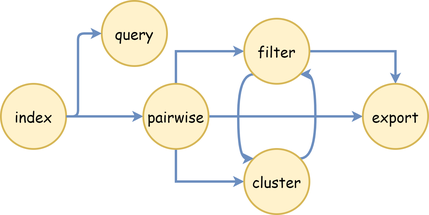
Before: docs/docs/usage/dbretina_chain.png, a diagram exported from draw.io (DBRetina/DBRetina). Source tidied: cells renumbered, new cells last; positions are measured from the earlier drawing's top-left corner, leaving out a move shared by most shapes. The source it was exported from:
```xml
<mxGraphModel>
  <root>
    <mxCell id="0" />
    <mxCell id="1" parent="0" />
    <mxCell id="2" style="edgeStyle=orthogonalEdgeStyle;rounded=1;jettySize=auto;html=1;fontSize=38;fontStyle=1;labelBackgroundColor=none;fontColor=default;strokeWidth=4;fillColor=#dae8fc;strokeColor=#6c8ebf;fontFamily=Comic Sans MS;" parent="1" edge="1" source="3" target="7">
      <mxGeometry relative="1" as="geometry" />
    </mxCell>
    <mxCell id="3" value="&lt;font&gt;index&lt;/font&gt;" style="ellipse;whiteSpace=wrap;html=1;strokeWidth=3;fontSize=25;rounded=1;labelBackgroundColor=none;fillColor=#fff2cc;strokeColor=#d6b656;fontFamily=Comic Sans MS;" parent="1" vertex="1">
      <mxGeometry y="140" width="110" height="110" as="geometry" />
    </mxCell>
    <mxCell id="4" style="edgeStyle=orthogonalEdgeStyle;rounded=0;hachureGap=4;jettySize=auto;html=1;exitX=0.5;exitY=0;exitDx=0;exitDy=0;entryX=0;entryY=0.5;entryDx=0;entryDy=0;fontFamily=Comic Sans MS;fontSize=16;strokeWidth=4;fillColor=#dae8fc;strokeColor=#6c8ebf;" parent="1" edge="1" source="7" target="12">
      <mxGeometry relative="1" as="geometry" />
    </mxCell>
    <mxCell id="5" style="edgeStyle=orthogonalEdgeStyle;rounded=0;hachureGap=4;jettySize=auto;html=1;exitX=0.5;exitY=1;exitDx=0;exitDy=0;entryX=0;entryY=0.5;entryDx=0;entryDy=0;fontFamily=Comic Sans MS;fontSize=16;strokeWidth=4;fillColor=#dae8fc;strokeColor=#6c8ebf;" parent="1" edge="1" source="7" target="9">
      <mxGeometry relative="1" as="geometry" />
    </mxCell>
    <mxCell id="6" style="edgeStyle=orthogonalEdgeStyle;curved=1;rounded=0;hachureGap=4;jettySize=auto;html=1;exitX=1;exitY=0.5;exitDx=0;exitDy=0;entryX=0;entryY=0.5;entryDx=0;entryDy=0;strokeColor=#6c8ebf;fontFamily=Comic Sans MS;fontSize=16;strokeWidth=4;fillColor=#dae8fc;" parent="1" edge="1" source="7" target="13">
      <mxGeometry relative="1" as="geometry" />
    </mxCell>
    <mxCell id="7" value="pairwise" style="ellipse;whiteSpace=wrap;html=1;strokeWidth=3;fontSize=25;rounded=1;labelBackgroundColor=none;fillColor=#fff2cc;strokeColor=#d6b656;fontFamily=Comic Sans MS;" parent="1" vertex="1">
      <mxGeometry x="240" y="140" width="110" height="110" as="geometry" />
    </mxCell>
    <mxCell id="8" style="edgeStyle=orthogonalEdgeStyle;rounded=0;hachureGap=4;jettySize=auto;html=1;exitX=1;exitY=0;exitDx=0;exitDy=0;entryX=1;entryY=1;entryDx=0;entryDy=0;fontFamily=Comic Sans MS;fontSize=16;curved=1;strokeWidth=4;fillColor=#dae8fc;strokeColor=#6c8ebf;" parent="1" edge="1" source="9" target="12">
      <mxGeometry relative="1" as="geometry">
        <Array as="points">
          <mxPoint x="530" y="266" />
          <mxPoint x="530" y="124" />
        </Array>
      </mxGeometry>
    </mxCell>
    <mxCell id="9" value="cluster" style="ellipse;whiteSpace=wrap;html=1;strokeWidth=3;fontSize=25;rounded=1;labelBackgroundColor=none;fillColor=#fff2cc;strokeColor=#d6b656;fontFamily=Comic Sans MS;" parent="1" vertex="1">
      <mxGeometry x="410" y="250" width="110" height="110" as="geometry" />
    </mxCell>
    <mxCell id="10" style="edgeStyle=orthogonalEdgeStyle;rounded=0;hachureGap=4;jettySize=auto;html=1;exitX=0;exitY=1;exitDx=0;exitDy=0;entryX=0;entryY=0;entryDx=0;entryDy=0;fontFamily=Comic Sans MS;fontSize=16;strokeColor=#6c8ebf;curved=1;strokeWidth=4;fillColor=#dae8fc;" parent="1" edge="1" source="12" target="9">
      <mxGeometry relative="1" as="geometry">
        <Array as="points">
          <mxPoint x="400" y="124" />
          <mxPoint x="400" y="266" />
        </Array>
      </mxGeometry>
    </mxCell>
    <mxCell id="11" style="edgeStyle=orthogonalEdgeStyle;rounded=0;hachureGap=4;jettySize=auto;html=1;exitX=1;exitY=0.5;exitDx=0;exitDy=0;entryX=0.5;entryY=0;entryDx=0;entryDy=0;strokeColor=#6c8ebf;fontFamily=Comic Sans MS;fontSize=16;strokeWidth=4;fillColor=#dae8fc;" parent="1" edge="1" source="12" target="13">
      <mxGeometry relative="1" as="geometry" />
    </mxCell>
    <mxCell id="12" value="filter" style="ellipse;whiteSpace=wrap;html=1;strokeWidth=3;fontSize=25;rounded=1;labelBackgroundColor=none;fillColor=#fff2cc;strokeColor=#d6b656;fontFamily=Comic Sans MS;" parent="1" vertex="1">
      <mxGeometry x="410" y="30" width="110" height="110" as="geometry" />
    </mxCell>
    <mxCell id="13" value="export" style="ellipse;whiteSpace=wrap;html=1;strokeWidth=3;fontSize=25;rounded=1;labelBackgroundColor=none;fillColor=#fff2cc;strokeColor=#d6b656;fontFamily=Comic Sans MS;" parent="1" vertex="1">
      <mxGeometry x="610" y="140" width="110" height="110" as="geometry" />
    </mxCell>
    <mxCell id="14" value="query" style="ellipse;whiteSpace=wrap;html=1;strokeWidth=3;fontSize=25;rounded=1;labelBackgroundColor=none;fillColor=#fff2cc;strokeColor=#d6b656;fontFamily=Comic Sans MS;" parent="1" vertex="1">
      <mxGeometry x="170" width="110" height="110" as="geometry" />
    </mxCell>
    <mxCell id="15" style="edgeStyle=orthogonalEdgeStyle;rounded=1;jettySize=auto;html=1;fontSize=38;fontStyle=1;labelBackgroundColor=none;fontColor=default;strokeWidth=4;fillColor=#dae8fc;strokeColor=#6c8ebf;fontFamily=Comic Sans MS;exitX=1;exitY=0.5;exitDx=0;exitDy=0;entryX=0;entryY=0.5;entryDx=0;entryDy=0;" parent="1" edge="1" source="3" target="14">
      <mxGeometry relative="1" as="geometry">
        <Array as="points">
          <mxPoint x="130" y="195" />
          <mxPoint x="130" y="55" />
        </Array>
      </mxGeometry>
    </mxCell>
  </root>
</mxGraphModel>
```
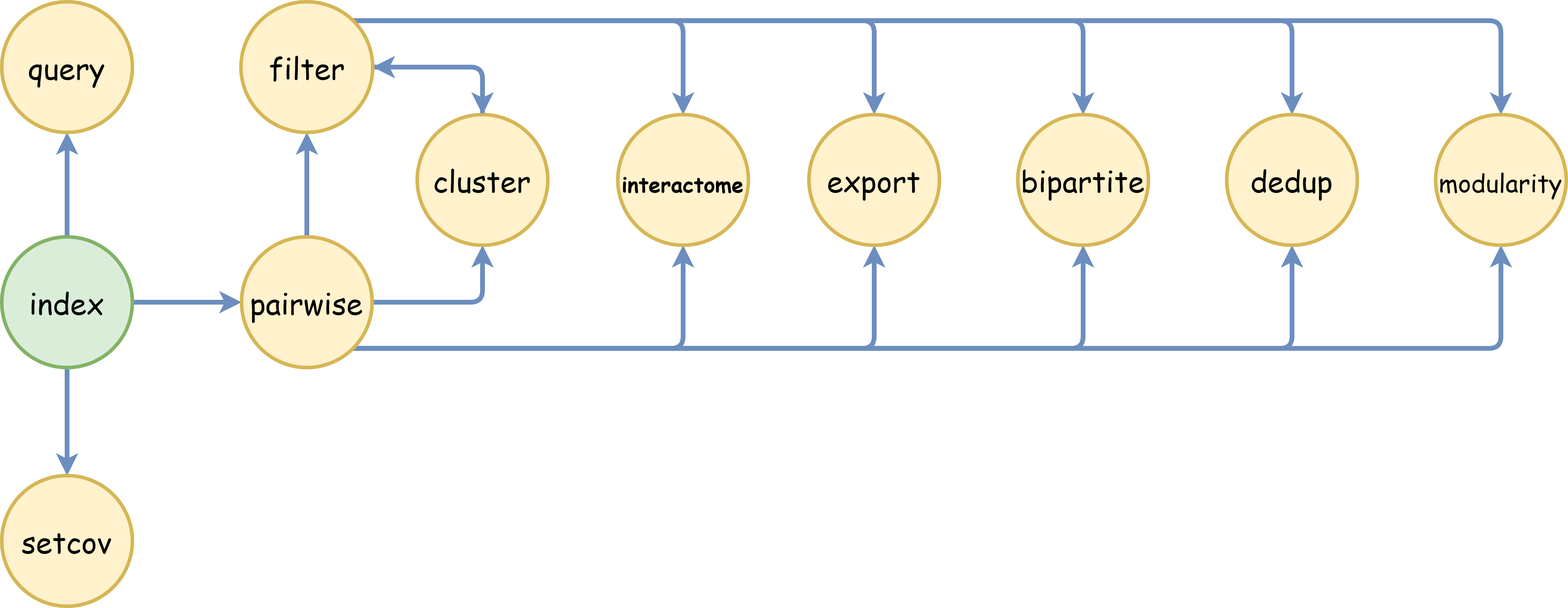
The same diagram one commit later.

Commit message:
update DBRetina's chain

Diff of the diagram source:
```diff
@@ -2,62 +2,89 @@
   <root>
     <mxCell id="0" />
     <mxCell id="1" parent="0" />
-    <mxCell id="2" style="edgeStyle=orthogonalEdgeStyle;rounded=1;jettySize=auto;html=1;fontSize=38;fontStyle=1;labelBackgroundColor=none;fontColor=default;strokeWidth=4;fillColor=#dae8fc;strokeColor=#6c8ebf;fontFamily=Comic Sans MS;" parent="1" edge="1" source="3" target="7">
+    <mxCell id="2" style="edgeStyle=orthogonalEdgeStyle;rounded=1;jettySize=auto;html=1;fontSize=38;fontStyle=1;labelBackgroundColor=none;fontColor=default;strokeWidth=4;fillColor=#dae8fc;strokeColor=#6c8ebf;fontFamily=Comic Sans MS;entryX=0;entryY=0.5;entryDx=0;entryDy=0;" parent="1" edge="1" source="3" target="7">
       <mxGeometry relative="1" as="geometry" />
     </mxCell>
+    <mxCell id="15" style="edgeStyle=orthogonalEdgeStyle;shape=connector;rounded=1;jettySize=auto;html=1;labelBackgroundColor=none;strokeColor=#6c8ebf;strokeWidth=4;fontFamily=Comic Sans MS;fontSize=38;fontColor=default;endArrow=classic;fillColor=#dae8fc;" parent="1" edge="1" source="3" target="14">
+      <mxGeometry relative="1" as="geometry" />
+    </mxCell>
+    <mxCell id="16" style="edgeStyle=orthogonalEdgeStyle;shape=connector;rounded=1;jettySize=auto;html=1;labelBackgroundColor=none;strokeColor=#6c8ebf;strokeWidth=4;fontFamily=Comic Sans MS;fontSize=38;fontColor=default;endArrow=classic;fillColor=#dae8fc;" parent="1" edge="1" source="3" target="29">
+      <mxGeometry relative="1" as="geometry" />
+    </mxCell>
-    <mxCell id="3" value="&lt;font&gt;index&lt;/font&gt;" style="ellipse;whiteSpace=wrap;html=1;strokeWidth=3;fontSize=25;rounded=1;labelBackgroundColor=none;fillColor=#fff2cc;strokeColor=#d6b656;fontFamily=Comic Sans MS;" parent="1" vertex="1">
-      <mxGeometry y="140" width="110" height="110" as="geometry" />
+    <mxCell id="3" value="&lt;font&gt;index&lt;/font&gt;" style="ellipse;whiteSpace=wrap;html=1;strokeWidth=3;fontSize=25;rounded=1;labelBackgroundColor=none;fillColor=#DAEDD9;strokeColor=#82b366;fontFamily=Comic Sans MS;fontStyle=0;" parent="1" vertex="1">
+      <mxGeometry x="-82" y="140" width="110" height="110" as="geometry" />
     </mxCell>
-    <mxCell id="4" style="edgeStyle=orthogonalEdgeStyle;rounded=0;hachureGap=4;jettySize=auto;html=1;exitX=0.5;exitY=0;exitDx=0;exitDy=0;entryX=0;entryY=0.5;entryDx=0;entryDy=0;fontFamily=Comic Sans MS;fontSize=16;strokeWidth=4;fillColor=#dae8fc;strokeColor=#6c8ebf;" parent="1" edge="1" source="7" target="12">
+    <mxCell id="4" style="edgeStyle=orthogonalEdgeStyle;shape=connector;rounded=1;jettySize=auto;html=1;labelBackgroundColor=none;strokeColor=#6c8ebf;strokeWidth=4;fontFamily=Comic Sans MS;fontSize=38;fontColor=default;endArrow=classic;fillColor=#dae8fc;" parent="1" edge="1" source="7" target="12">
       <mxGeometry relative="1" as="geometry" />
     </mxCell>
-    <mxCell id="5" style="edgeStyle=orthogonalEdgeStyle;rounded=0;hachureGap=4;jettySize=auto;html=1;exitX=0.5;exitY=1;exitDx=0;exitDy=0;entryX=0;entryY=0.5;entryDx=0;entryDy=0;fontFamily=Comic Sans MS;fontSize=16;strokeWidth=4;fillColor=#dae8fc;strokeColor=#6c8ebf;" parent="1" edge="1" source="7" target="9">
+    <mxCell id="5" style="edgeStyle=orthogonalEdgeStyle;shape=connector;rounded=1;jettySize=auto;html=1;exitX=1;exitY=0.5;exitDx=0;exitDy=0;entryX=0.5;entryY=1;entryDx=0;entryDy=0;labelBackgroundColor=none;strokeColor=#6c8ebf;strokeWidth=4;fontFamily=Comic Sans MS;fontSize=38;fontColor=default;endArrow=classic;fillColor=#dae8fc;" parent="1" edge="1" source="7" target="9">
       <mxGeometry relative="1" as="geometry" />
     </mxCell>
+    <mxCell id="17" style="edgeStyle=orthogonalEdgeStyle;shape=connector;rounded=1;jettySize=auto;html=1;exitX=1;exitY=1;exitDx=0;exitDy=0;entryX=0.5;entryY=1;entryDx=0;entryDy=0;labelBackgroundColor=none;strokeColor=#6c8ebf;strokeWidth=4;fontFamily=Comic Sans MS;fontSize=38;fontColor=default;endArrow=classic;fillColor=#dae8fc;" parent="1" edge="1" source="7" target="25">
+      <mxGeometry relative="1" as="geometry" />
+    </mxCell>
-    <mxCell id="6" style="edgeStyle=orthogonalEdgeStyle;curved=1;rounded=0;hachureGap=4;jettySize=auto;html=1;exitX=1;exitY=0.5;exitDx=0;exitDy=0;entryX=0;entryY=0.5;entryDx=0;entryDy=0;strokeColor=#6c8ebf;fontFamily=Comic Sans MS;fontSize=16;strokeWidth=4;fillColor=#dae8fc;" parent="1" edge="1" source="7" target="13">
+    <mxCell id="6" style="edgeStyle=orthogonalEdgeStyle;shape=connector;rounded=1;jettySize=auto;html=1;exitX=1;exitY=1;exitDx=0;exitDy=0;entryX=0.5;entryY=1;entryDx=0;entryDy=0;labelBackgroundColor=none;strokeColor=#6c8ebf;strokeWidth=4;fontFamily=Comic Sans MS;fontSize=38;fontColor=default;endArrow=classic;fillColor=#dae8fc;" parent="1" edge="1" source="7" target="13">
       <mxGeometry relative="1" as="geometry" />
     </mxCell>
+    <mxCell id="18" style="edgeStyle=orthogonalEdgeStyle;shape=connector;rounded=1;jettySize=auto;html=1;exitX=1;exitY=1;exitDx=0;exitDy=0;entryX=0.5;entryY=1;entryDx=0;entryDy=0;labelBackgroundColor=none;strokeColor=#6c8ebf;strokeWidth=4;fontFamily=Comic Sans MS;fontSize=38;fontColor=default;endArrow=classic;fillColor=#dae8fc;" parent="1" edge="1" source="7" target="28">
+      <mxGeometry relative="1" as="geometry" />
+    </mxCell>
+    <mxCell id="19" style="edgeStyle=orthogonalEdgeStyle;shape=connector;rounded=1;jettySize=auto;html=1;exitX=1;exitY=1;exitDx=0;exitDy=0;entryX=0.5;entryY=1;entryDx=0;entryDy=0;labelBackgroundColor=none;strokeColor=#6c8ebf;strokeWidth=4;fontFamily=Comic Sans MS;fontSize=38;fontColor=default;endArrow=classic;fillColor=#dae8fc;" parent="1" edge="1" source="7" target="26">
+      <mxGeometry relative="1" as="geometry" />
+    </mxCell>
+    <mxCell id="20" style="edgeStyle=orthogonalEdgeStyle;shape=connector;rounded=1;jettySize=auto;html=1;exitX=1;exitY=1;exitDx=0;exitDy=0;entryX=0.5;entryY=1;entryDx=0;entryDy=0;labelBackgroundColor=none;strokeColor=#6c8ebf;strokeWidth=4;fontFamily=Comic Sans MS;fontSize=38;fontColor=default;endArrow=classic;fillColor=#dae8fc;" parent="1" edge="1" source="7" target="27">
+      <mxGeometry relative="1" as="geometry" />
+    </mxCell>
     <mxCell id="7" value="pairwise" style="ellipse;whiteSpace=wrap;html=1;strokeWidth=3;fontSize=25;rounded=1;labelBackgroundColor=none;fillColor=#fff2cc;strokeColor=#d6b656;fontFamily=Comic Sans MS;" parent="1" vertex="1">
-      <mxGeometry x="240" y="140" width="110" height="110" as="geometry" />
+      <mxGeometry x="120" y="140" width="110" height="110" as="geometry" />
     </mxCell>
-    <mxCell id="8" style="edgeStyle=orthogonalEdgeStyle;rounded=0;hachureGap=4;jettySize=auto;html=1;exitX=1;exitY=0;exitDx=0;exitDy=0;entryX=1;entryY=1;entryDx=0;entryDy=0;fontFamily=Comic Sans MS;fontSize=16;curved=1;strokeWidth=4;fillColor=#dae8fc;strokeColor=#6c8ebf;" parent="1" edge="1" source="9" target="12">
-      <mxGeometry relative="1" as="geometry">
-        <Array as="points">
-          <mxPoint x="530" y="266" />
-          <mxPoint x="530" y="124" />
-        </Array>
-      </mxGeometry>
+    <mxCell id="8" style="edgeStyle=orthogonalEdgeStyle;shape=connector;rounded=1;jettySize=auto;html=1;exitX=0.5;exitY=0;exitDx=0;exitDy=0;entryX=1;entryY=0.5;entryDx=0;entryDy=0;labelBackgroundColor=none;strokeColor=#6c8ebf;strokeWidth=4;fontFamily=Comic Sans MS;fontSize=38;fontColor=default;endArrow=classic;fillColor=#dae8fc;" parent="1" edge="1" source="9" target="12">
+      <mxGeometry relative="1" as="geometry" />
     </mxCell>
     <mxCell id="9" value="cluster" style="ellipse;whiteSpace=wrap;html=1;strokeWidth=3;fontSize=25;rounded=1;labelBackgroundColor=none;fillColor=#fff2cc;strokeColor=#d6b656;fontFamily=Comic Sans MS;" parent="1" vertex="1">
-      <mxGeometry x="410" y="250" width="110" height="110" as="geometry" />
+      <mxGeometry x="268" y="37" width="110" height="110" as="geometry" />
     </mxCell>
-    <mxCell id="10" style="edgeStyle=orthogonalEdgeStyle;rounded=0;hachureGap=4;jettySize=auto;html=1;exitX=0;exitY=1;exitDx=0;exitDy=0;entryX=0;entryY=0;entryDx=0;entryDy=0;fontFamily=Comic Sans MS;fontSize=16;strokeColor=#6c8ebf;curved=1;strokeWidth=4;fillColor=#dae8fc;" parent="1" edge="1" source="12" target="9">
-      <mxGeometry relative="1" as="geometry">
-        <Array as="points">
-          <mxPoint x="400" y="124" />
-          <mxPoint x="400" y="266" />
-        </Array>
-      </mxGeometry>
+    <mxCell id="10" style="edgeStyle=orthogonalEdgeStyle;shape=connector;rounded=1;jettySize=auto;html=1;exitX=1;exitY=0.5;exitDx=0;exitDy=0;entryX=0.5;entryY=0;entryDx=0;entryDy=0;labelBackgroundColor=none;strokeColor=#6c8ebf;strokeWidth=4;fontFamily=Comic Sans MS;fontSize=38;fontColor=default;endArrow=classic;fillColor=#dae8fc;" parent="1" edge="1" source="12" target="9">
+      <mxGeometry relative="1" as="geometry" />
     </mxCell>
+    <mxCell id="21" style="edgeStyle=orthogonalEdgeStyle;shape=connector;rounded=1;jettySize=auto;html=1;exitX=1;exitY=0;exitDx=0;exitDy=0;entryX=0.5;entryY=0;entryDx=0;entryDy=0;labelBackgroundColor=none;strokeColor=#6c8ebf;strokeWidth=4;fontFamily=Comic Sans MS;fontSize=38;fontColor=default;endArrow=classic;fillColor=#dae8fc;" parent="1" edge="1" source="12" target="25">
+      <mxGeometry relative="1" as="geometry" />
+    </mxCell>
-    <mxCell id="11" style="edgeStyle=orthogonalEdgeStyle;rounded=0;hachureGap=4;jettySize=auto;html=1;exitX=1;exitY=0.5;exitDx=0;exitDy=0;entryX=0.5;entryY=0;entryDx=0;entryDy=0;strokeColor=#6c8ebf;fontFamily=Comic Sans MS;fontSize=16;strokeWidth=4;fillColor=#dae8fc;" parent="1" edge="1" source="12" target="13">
+    <mxCell id="11" style="edgeStyle=orthogonalEdgeStyle;shape=connector;rounded=1;jettySize=auto;html=1;exitX=1;exitY=0;exitDx=0;exitDy=0;entryX=0.5;entryY=0;entryDx=0;entryDy=0;labelBackgroundColor=none;strokeColor=#6c8ebf;strokeWidth=4;fontFamily=Comic Sans MS;fontSize=38;fontColor=default;endArrow=classic;fillColor=#dae8fc;" parent="1" edge="1" source="12" target="13">
       <mxGeometry relative="1" as="geometry" />
     </mxCell>
+    <mxCell id="22" style="edgeStyle=orthogonalEdgeStyle;shape=connector;rounded=1;jettySize=auto;html=1;exitX=1;exitY=0;exitDx=0;exitDy=0;entryX=0.5;entryY=0;entryDx=0;entryDy=0;labelBackgroundColor=none;strokeColor=#6c8ebf;strokeWidth=4;fontFamily=Comic Sans MS;fontSize=38;fontColor=default;endArrow=classic;fillColor=#dae8fc;" parent="1" edge="1" source="12" target="28">
+      <mxGeometry relative="1" as="geometry" />
+    </mxCell>
+    <mxCell id="23" style="edgeStyle=orthogonalEdgeStyle;shape=connector;rounded=1;jettySize=auto;html=1;exitX=1;exitY=0;exitDx=0;exitDy=0;entryX=0.5;entryY=0;entryDx=0;entryDy=0;labelBackgroundColor=none;strokeColor=#6c8ebf;strokeWidth=4;fontFamily=Comic Sans MS;fontSize=38;fontColor=default;endArrow=classic;fillColor=#dae8fc;" parent="1" edge="1" source="12" target="26">
+      <mxGeometry relative="1" as="geometry" />
+    </mxCell>
+    <mxCell id="24" style="edgeStyle=orthogonalEdgeStyle;shape=connector;rounded=1;jettySize=auto;html=1;exitX=1;exitY=0;exitDx=0;exitDy=0;entryX=0.5;entryY=0;entryDx=0;entryDy=0;labelBackgroundColor=none;strokeColor=#6c8ebf;strokeWidth=4;fontFamily=Comic Sans MS;fontSize=38;fontColor=default;endArrow=classic;fillColor=#dae8fc;" parent="1" edge="1" source="12" target="27">
+      <mxGeometry relative="1" as="geometry" />
+    </mxCell>
     <mxCell id="12" value="filter" style="ellipse;whiteSpace=wrap;html=1;strokeWidth=3;fontSize=25;rounded=1;labelBackgroundColor=none;fillColor=#fff2cc;strokeColor=#d6b656;fontFamily=Comic Sans MS;" parent="1" vertex="1">
-      <mxGeometry x="410" y="30" width="110" height="110" as="geometry" />
+      <mxGeometry x="119.5" y="-58" width="111" height="110" as="geometry" />
     </mxCell>
     <mxCell id="13" value="export" style="ellipse;whiteSpace=wrap;html=1;strokeWidth=3;fontSize=25;rounded=1;labelBackgroundColor=none;fillColor=#fff2cc;strokeColor=#d6b656;fontFamily=Comic Sans MS;" parent="1" vertex="1">
-      <mxGeometry x="610" y="140" width="110" height="110" as="geometry" />
+      <mxGeometry x="598" y="37" width="110" height="110" as="geometry" />
     </mxCell>
     <mxCell id="14" value="query" style="ellipse;whiteSpace=wrap;html=1;strokeWidth=3;fontSize=25;rounded=1;labelBackgroundColor=none;fillColor=#fff2cc;strokeColor=#d6b656;fontFamily=Comic Sans MS;" parent="1" vertex="1">
-      <mxGeometry x="170" width="110" height="110" as="geometry" />
+      <mxGeometry x="-82" y="-58" width="110" height="110" as="geometry" />
     </mxCell>
-    <mxCell id="15" style="edgeStyle=orthogonalEdgeStyle;rounded=1;jettySize=auto;html=1;fontSize=38;fontStyle=1;labelBackgroundColor=none;fontColor=default;strokeWidth=4;fillColor=#dae8fc;strokeColor=#6c8ebf;fontFamily=Comic Sans MS;exitX=1;exitY=0.5;exitDx=0;exitDy=0;entryX=0;entryY=0.5;entryDx=0;entryDy=0;" parent="1" edge="1" source="3" target="14">
-      <mxGeometry relative="1" as="geometry">
-        <Array as="points">
-          <mxPoint x="130" y="195" />
-          <mxPoint x="130" y="55" />
-        </Array>
-      </mxGeometry>
-    </mxCell>
+    <mxCell id="25" value="&lt;font style=&quot;font-size: 18px;&quot;&gt;interactome&lt;/font&gt;" style="ellipse;whiteSpace=wrap;html=1;strokeWidth=3;fontSize=25;rounded=1;labelBackgroundColor=none;fillColor=#fff2cc;strokeColor=#d6b656;fontFamily=Comic Sans MS;fontStyle=1;" parent="1" vertex="1">
+      <mxGeometry x="437" y="37" width="110" height="110" as="geometry" />
+    </mxCell>
+    <mxCell id="26" value="&lt;font&gt;dedup&lt;br&gt;&lt;/font&gt;" style="ellipse;whiteSpace=wrap;html=1;strokeWidth=3;fontSize=25;rounded=1;labelBackgroundColor=none;fillColor=#fff2cc;strokeColor=#d6b656;fontFamily=Comic Sans MS;" parent="1" vertex="1">
+      <mxGeometry x="950" y="37" width="110" height="110" as="geometry" />
+    </mxCell>
+    <mxCell id="27" value="&lt;font style=&quot;font-size: 21px;&quot;&gt;modularity&lt;/font&gt;" style="ellipse;whiteSpace=wrap;html=1;strokeWidth=3;fontSize=25;rounded=1;labelBackgroundColor=none;fillColor=#fff2cc;strokeColor=#d6b656;fontFamily=Comic Sans MS;" parent="1" vertex="1">
+      <mxGeometry x="1126" y="37" width="110" height="110" as="geometry" />
+    </mxCell>
+    <mxCell id="28" value="&lt;font&gt;bipartite&lt;/font&gt;" style="ellipse;whiteSpace=wrap;html=1;strokeWidth=3;fontSize=25;rounded=1;labelBackgroundColor=none;fillColor=#fff2cc;strokeColor=#d6b656;fontFamily=Comic Sans MS;" parent="1" vertex="1">
+      <mxGeometry x="774" y="37" width="110" height="110" as="geometry" />
+    </mxCell>
+    <mxCell id="29" value="&lt;font&gt;setcov&lt;/font&gt;" style="ellipse;whiteSpace=wrap;html=1;strokeWidth=3;fontSize=25;rounded=1;labelBackgroundColor=none;fillColor=#fff2cc;strokeColor=#d6b656;fontFamily=Comic Sans MS;" parent="1" vertex="1">
+      <mxGeometry x="-82" y="341" width="110" height="110" as="geometry" />
+    </mxCell>
   </root>
 </mxGraphModel>
```
